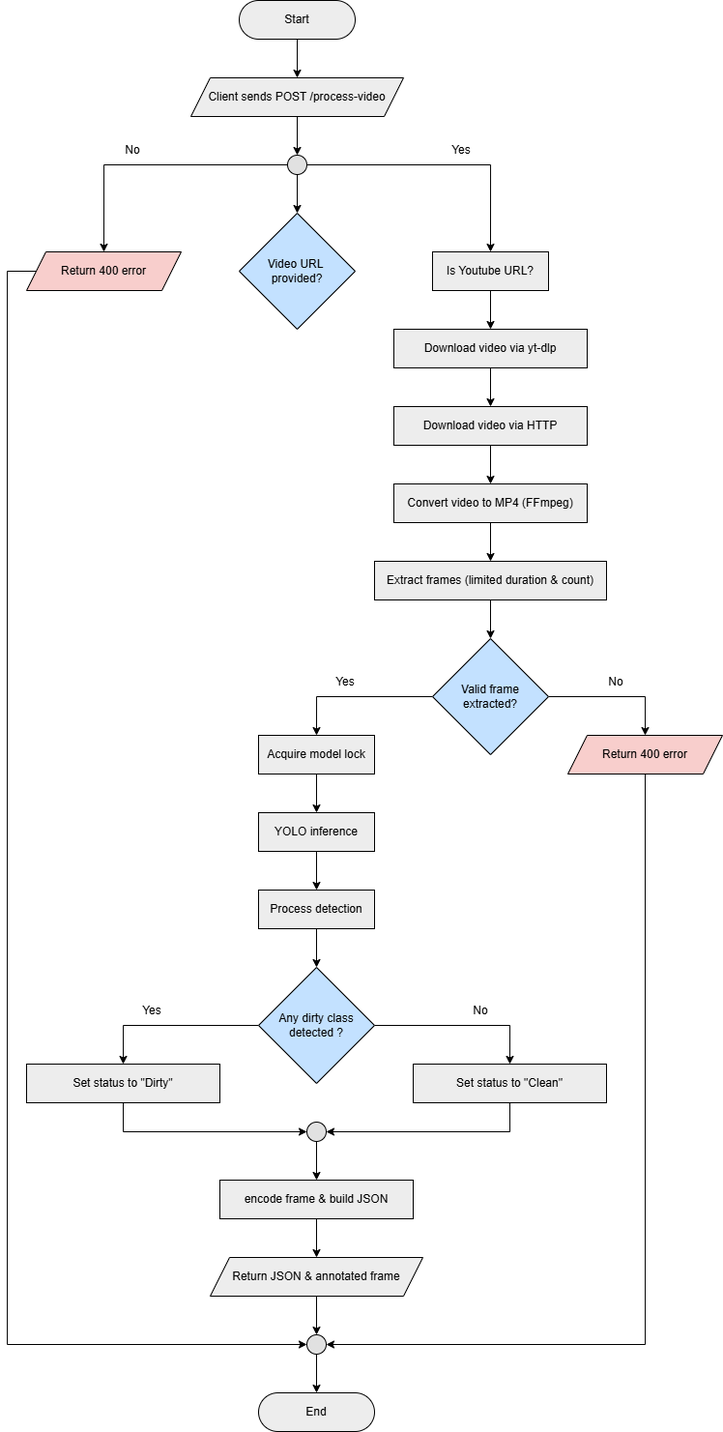
Above: Documentation/cleanliness-nmsai-system-architecture.png in eldisja1/cleanliness-nmsai (draw.io), before the change. Source tidied: cells renumbered, new cells last; positions are measured from the earlier drawing's top-left corner, leaving out a move shared by most shapes.
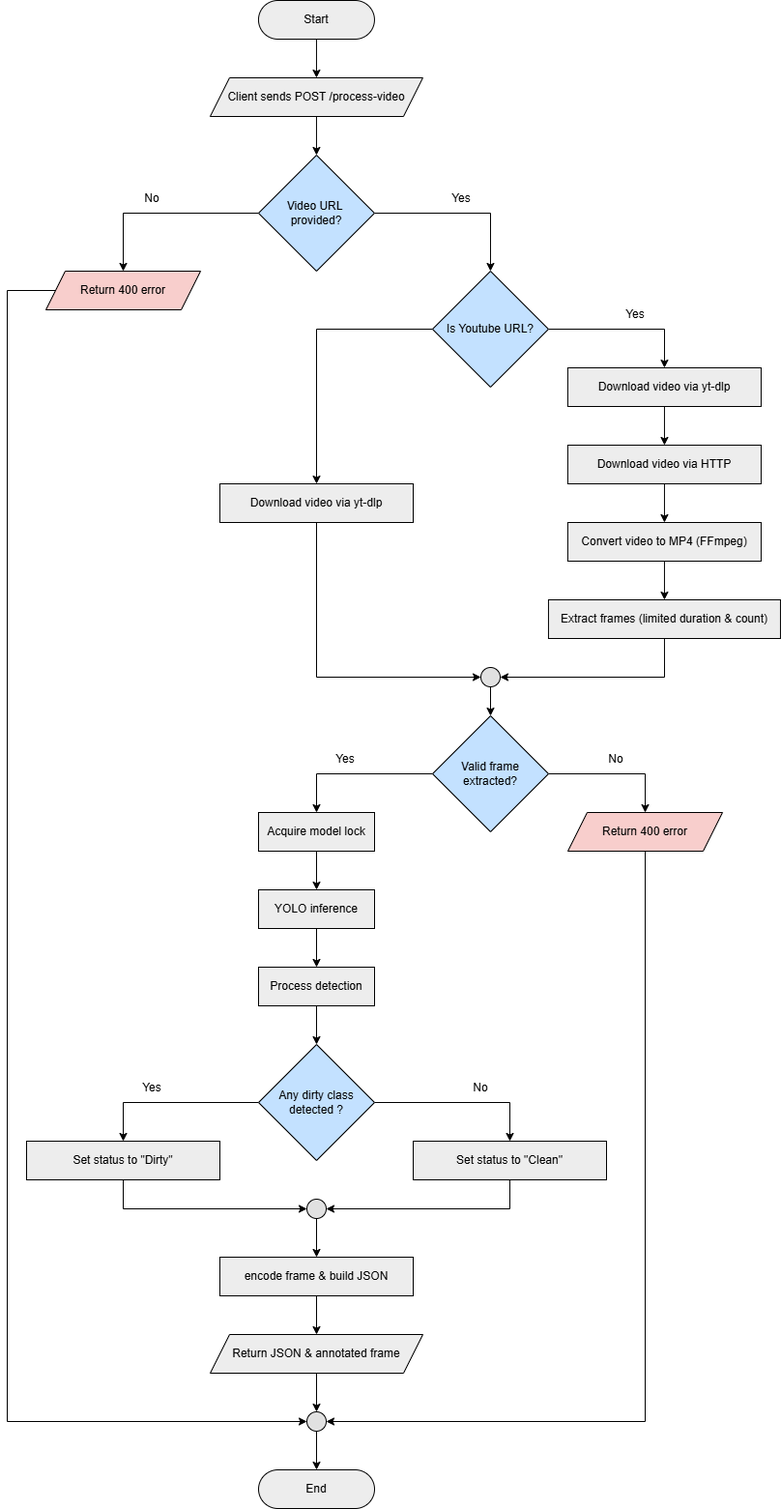
Above is the later version.

Commit message:
docs: refine README description and update architecture diagram

What changed in the source:
```diff
@@ -2,68 +2,56 @@
   <root>
     <mxCell id="0" />
     <mxCell id="1" parent="0" />
-    <mxCell id="2" style="edgeStyle=orthogonalEdgeStyle;rounded=0;jettySize=auto;html=1;exitX=0.5;exitY=1;exitDx=0;exitDy=0;entryX=0.5;entryY=0;entryDx=0;entryDy=0;" parent="1" edge="1" source="3" target="14">
+    <mxCell id="2" style="rounded=0;jettySize=auto;html=1;exitX=0.5;exitY=1;exitDx=0;exitDy=0;entryX=0.5;entryY=0;entryDx=0;entryDy=0;" parent="1" edge="1" source="3" target="14">
       <mxGeometry relative="1" as="geometry" />
     </mxCell>
     <mxCell id="3" value="Start" style="rounded=1;whiteSpace=wrap;html=1;arcSize=50;fillColor=#EDEDED;" parent="1" vertex="1">
-      <mxGeometry x="240" width="120" height="40" as="geometry" />
+      <mxGeometry x="259.9" y="-80" width="120" height="40" as="geometry" />
     </mxCell>
+    <mxCell id="56" style="edgeStyle=orthogonalEdgeStyle;rounded=0;jettySize=auto;html=1;exitX=0;exitY=0.5;exitDx=0;exitDy=0;entryX=0.5;entryY=0;entryDx=0;entryDy=0;" parent="1" edge="1" source="4" target="36">
+      <mxGeometry relative="1" as="geometry" />
+    </mxCell>
+    <mxCell id="57" style="edgeStyle=orthogonalEdgeStyle;rounded=0;jettySize=auto;html=1;exitX=1;exitY=0.5;exitDx=0;exitDy=0;entryX=0.5;entryY=0;entryDx=0;entryDy=0;" parent="1" edge="1" source="4" target="6">
+      <mxGeometry relative="1" as="geometry" />
+    </mxCell>
     <mxCell id="4" value="Video URL&amp;nbsp;&lt;div&gt;provided?&lt;/div&gt;" style="rhombus;whiteSpace=wrap;html=1;fillColor=#C3E1FF;" parent="1" vertex="1">
-      <mxGeometry x="240" y="220" width="120" height="120" as="geometry" />
+      <mxGeometry x="259.9" y="80" width="120" height="120" as="geometry" />
     </mxCell>
-    <mxCell id="5" style="edgeStyle=orthogonalEdgeStyle;rounded=0;jettySize=auto;html=1;exitX=0.5;exitY=1;exitDx=0;exitDy=0;entryX=0.5;entryY=0;entryDx=0;entryDy=0;" parent="1" edge="1" source="6" target="16">
-      <mxGeometry relative="1" as="geometry" />
-    </mxCell>
-    <mxCell id="6" value="Is Youtube URL?" style="rounded=0;whiteSpace=wrap;html=1;fillColor=#EDEDED;" parent="1" vertex="1">
-      <mxGeometry x="440" y="260" width="120" height="40" as="geometry" />
-    </mxCell>
     <mxCell id="7" value="Yes" style="text;html=1;whiteSpace=wrap;strokeColor=none;fillColor=none;align=center;verticalAlign=middle;rounded=0;" parent="1" vertex="1">
-      <mxGeometry x="440" y="140" width="60" height="30" as="geometry" />
+      <mxGeometry x="439.9" y="110" width="60" height="30" as="geometry" />
     </mxCell>
     <mxCell id="8" value="No" style="text;html=1;whiteSpace=wrap;strokeColor=none;fillColor=none;align=center;verticalAlign=middle;rounded=0;" parent="1" vertex="1">
-      <mxGeometry x="100" y="140" width="60" height="30" as="geometry" />
+      <mxGeometry x="119.9" y="110" width="60" height="30" as="geometry" />
     </mxCell>
-    <mxCell id="9" style="edgeStyle=orthogonalEdgeStyle;rounded=0;jettySize=auto;html=1;exitX=0.5;exitY=1;exitDx=0;exitDy=0;" parent="1" edge="1" source="12" target="4">
-      <mxGeometry relative="1" as="geometry" />
-    </mxCell>
-    <mxCell id="10" style="edgeStyle=orthogonalEdgeStyle;rounded=0;jettySize=auto;html=1;exitX=1;exitY=0.5;exitDx=0;exitDy=0;entryX=0.5;entryY=0;entryDx=0;entryDy=0;" parent="1" edge="1" source="12" target="6">
-      <mxGeometry relative="1" as="geometry" />
-    </mxCell>
-    <mxCell id="11" style="edgeStyle=orthogonalEdgeStyle;rounded=0;jettySize=auto;html=1;exitX=0;exitY=0.5;exitDx=0;exitDy=0;entryX=0.5;entryY=0;entryDx=0;entryDy=0;" parent="1" edge="1" source="12" target="36">
-      <mxGeometry relative="1" as="geometry" />
-    </mxCell>
-    <mxCell id="12" style="ellipse;whiteSpace=wrap;html=1;fillColor=#E1E1E1;" parent="1" vertex="1">
-      <mxGeometry x="290" y="160" width="20" height="20" as="geometry" />
-    </mxCell>
-    <mxCell id="13" style="edgeStyle=orthogonalEdgeStyle;rounded=0;jettySize=auto;html=1;exitX=0.5;exitY=1;exitDx=0;exitDy=0;entryX=0.5;entryY=0;entryDx=0;entryDy=0;" parent="1" edge="1" source="14" target="12">
+    <mxCell id="13" style="rounded=0;jettySize=auto;html=1;exitX=0.5;exitY=1;exitDx=0;exitDy=0;entryX=0.5;entryY=0;entryDx=0;entryDy=0;" parent="1" edge="1" source="14" target="4">
       <mxGeometry relative="1" as="geometry" />
     </mxCell>
     <mxCell id="14" value="Client sends POST /process-video" style="shape=parallelogram;perimeter=parallelogramPerimeter;whiteSpace=wrap;html=1;fixedSize=1;fillColor=#EDEDED;" parent="1" vertex="1">
-      <mxGeometry x="190" y="80" width="220" height="40" as="geometry" />
+      <mxGeometry x="209.9" width="220" height="40" as="geometry" />
     </mxCell>
-    <mxCell id="15" style="edgeStyle=orthogonalEdgeStyle;rounded=0;jettySize=auto;html=1;exitX=0.5;exitY=1;exitDx=0;exitDy=0;entryX=0.5;entryY=0;entryDx=0;entryDy=0;" parent="1" edge="1" source="16" target="18">
+    <mxCell id="15" style="rounded=0;jettySize=auto;html=1;exitX=0.5;exitY=1;exitDx=0;exitDy=0;entryX=0.5;entryY=0;entryDx=0;entryDy=0;" parent="1" edge="1" source="16" target="18">
       <mxGeometry relative="1" as="geometry" />
     </mxCell>
     <mxCell id="16" value="Download video via yt-dlp" style="rounded=0;whiteSpace=wrap;html=1;fillColor=#EDEDED;" parent="1" vertex="1">
-      <mxGeometry x="400" y="340" width="200" height="40" as="geometry" />
+      <mxGeometry x="580" y="300" width="200" height="40" as="geometry" />
     </mxCell>
-    <mxCell id="17" style="edgeStyle=orthogonalEdgeStyle;rounded=0;jettySize=auto;html=1;exitX=0.5;exitY=1;exitDx=0;exitDy=0;entryX=0.5;entryY=0;entryDx=0;entryDy=0;" parent="1" edge="1" source="18" target="20">
+    <mxCell id="17" style="rounded=0;jettySize=auto;html=1;exitX=0.5;exitY=1;exitDx=0;exitDy=0;entryX=0.5;entryY=0;entryDx=0;entryDy=0;" parent="1" edge="1" source="18" target="20">
       <mxGeometry relative="1" as="geometry" />
     </mxCell>
     <mxCell id="18" value="Download video via HTTP" style="rounded=0;whiteSpace=wrap;html=1;fillColor=#EDEDED;" parent="1" vertex="1">
-      <mxGeometry x="400" y="420" width="200" height="40" as="geometry" />
+      <mxGeometry x="580" y="380" width="200" height="40" as="geometry" />
     </mxCell>
-    <mxCell id="19" style="edgeStyle=orthogonalEdgeStyle;rounded=0;jettySize=auto;html=1;exitX=0.5;exitY=1;exitDx=0;exitDy=0;entryX=0.5;entryY=0;entryDx=0;entryDy=0;" parent="1" edge="1" source="20" target="22">
+    <mxCell id="19" style="rounded=0;jettySize=auto;html=1;exitX=0.5;exitY=1;exitDx=0;exitDy=0;entryX=0.5;entryY=0;entryDx=0;entryDy=0;" parent="1" edge="1" source="20" target="22">
       <mxGeometry relative="1" as="geometry" />
     </mxCell>
     <mxCell id="20" value="Convert video to MP4 (FFmpeg)" style="rounded=0;whiteSpace=wrap;html=1;fillColor=#EDEDED;" parent="1" vertex="1">
-      <mxGeometry x="400" y="500" width="200" height="40" as="geometry" />
+      <mxGeometry x="580" y="460" width="200" height="40" as="geometry" />
     </mxCell>
-    <mxCell id="21" style="edgeStyle=orthogonalEdgeStyle;rounded=0;jettySize=auto;html=1;exitX=0.5;exitY=1;exitDx=0;exitDy=0;entryX=0.5;entryY=0;entryDx=0;entryDy=0;" parent="1" edge="1" source="22" target="25">
-      <mxGeometry relative="1" as="geometry" />
-    </mxCell>
+    <mxCell id="58" style="edgeStyle=orthogonalEdgeStyle;rounded=0;jettySize=auto;html=1;exitX=0.5;exitY=1;exitDx=0;exitDy=0;entryX=1;entryY=0.5;entryDx=0;entryDy=0;" parent="1" edge="1" source="22" target="64">
+      <mxGeometry relative="1" as="geometry" />
+    </mxCell>
     <mxCell id="22" value="Extract frames (limited duration &amp;amp; count)" style="rounded=0;whiteSpace=wrap;html=1;fillColor=#EDEDED;" parent="1" vertex="1">
-      <mxGeometry x="380" y="580" width="240" height="40" as="geometry" />
+      <mxGeometry x="560" y="540" width="240" height="40" as="geometry" />
     </mxCell>
     <mxCell id="23" style="edgeStyle=orthogonalEdgeStyle;rounded=0;jettySize=auto;html=1;exitX=0;exitY=0.5;exitDx=0;exitDy=0;entryX=0.5;entryY=0;entryDx=0;entryDy=0;" parent="1" edge="1" source="25" target="27">
       <mxGeometry relative="1" as="geometry" />
@@ -74,13 +62,13 @@
     <mxCell id="25" value="Valid frame extracted?" style="rhombus;whiteSpace=wrap;html=1;fillColor=#C3E1FF;" parent="1" vertex="1">
       <mxGeometry x="440" y="660" width="120" height="120" as="geometry" />
     </mxCell>
-    <mxCell id="26" style="edgeStyle=orthogonalEdgeStyle;rounded=0;jettySize=auto;html=1;exitX=0.5;exitY=1;exitDx=0;exitDy=0;entryX=0.5;entryY=0;entryDx=0;entryDy=0;" parent="1" edge="1" source="27" target="29">
+    <mxCell id="26" style="rounded=0;jettySize=auto;html=1;exitX=0.5;exitY=1;exitDx=0;exitDy=0;entryX=0.5;entryY=0;entryDx=0;entryDy=0;" parent="1" edge="1" source="27" target="29">
       <mxGeometry relative="1" as="geometry" />
     </mxCell>
     <mxCell id="27" value="Acquire model lock" style="rounded=0;whiteSpace=wrap;html=1;fillColor=#EDEDED;" parent="1" vertex="1">
       <mxGeometry x="260" y="760" width="120" height="40" as="geometry" />
     </mxCell>
-    <mxCell id="28" style="edgeStyle=orthogonalEdgeStyle;rounded=0;jettySize=auto;html=1;exitX=0.5;exitY=1;exitDx=0;exitDy=0;entryX=0.5;entryY=0;entryDx=0;entryDy=0;" parent="1" edge="1" source="29" target="31">
+    <mxCell id="28" style="rounded=0;jettySize=auto;html=1;exitX=0.5;exitY=1;exitDx=0;exitDy=0;entryX=0.5;entryY=0;entryDx=0;entryDy=0;" parent="1" edge="1" source="29" target="31">
       <mxGeometry relative="1" as="geometry" />
     </mxCell>
     <mxCell id="29" value="YOLO inference&lt;span style=&quot;color: rgba(0, 0, 0, 0); font-family: monospace; font-size: 0px; text-align: start; text-wrap-mode: nowrap;&quot;&gt;%3CmxGraphModel%3E%3Croot%3E%3CmxCell%20id%3D%220%22%2F%3E%3CmxCell%20id%3D%221%22%20parent%3D%220%22%2F%3E%3CmxCell%20id%3D%222%22%20parent%3D%221%22%20style%3D%22rounded%3D0%3BwhiteSpace%3Dwrap%3Bhtml%3D1%3BfillColor%3D%23EDEDED%3B%22%20value%3D%22Acquire%20Model%20Lock%22%20vertex%3D%221%22%3E%3CmxGeometry%20height%3D%2240%22%20width%3D%22120%22%20x%3D%22640%22%20y%3D%22780%22%20as%3D%22geometry%22%2F%3E%3C%2FmxCell%3E%3C%2Froot%3E%3C%2FmxGraphModel%3E&lt;/span&gt;" style="rounded=0;whiteSpace=wrap;html=1;fillColor=#EDEDED;" parent="1" vertex="1">
@@ -104,13 +92,13 @@
     <mxCell id="35" style="edgeStyle=orthogonalEdgeStyle;rounded=0;jettySize=auto;html=1;exitX=0;exitY=0.5;exitDx=0;exitDy=0;entryX=0;entryY=0.5;entryDx=0;entryDy=0;" parent="1" edge="1" source="36" target="54">
       <mxGeometry relative="1" as="geometry">
         <Array as="points">
-          <mxPoint y="280" />
+          <mxPoint y="220" />
           <mxPoint y="1390" />
         </Array>
       </mxGeometry>
     </mxCell>
     <mxCell id="36" value="Return 400 error" style="shape=parallelogram;perimeter=parallelogramPerimeter;whiteSpace=wrap;html=1;fixedSize=1;fillColor=#F8CECC;" parent="1" vertex="1">
-      <mxGeometry x="20" y="260" width="160" height="40" as="geometry" />
+      <mxGeometry x="40" y="200" width="160" height="40" as="geometry" />
     </mxCell>
     <mxCell id="37" style="edgeStyle=orthogonalEdgeStyle;rounded=0;jettySize=auto;html=1;exitX=0.5;exitY=1;exitDx=0;exitDy=0;entryX=1;entryY=0.5;entryDx=0;entryDy=0;" parent="1" edge="1" source="38" target="50">
       <mxGeometry relative="1" as="geometry" />
@@ -142,25 +130,25 @@
     <mxCell id="46" value="Yes" style="text;html=1;whiteSpace=wrap;strokeColor=none;fillColor=none;align=center;verticalAlign=middle;rounded=0;" parent="1" vertex="1">
       <mxGeometry x="120" y="1030" width="60" height="30" as="geometry" />
     </mxCell>
-    <mxCell id="47" style="edgeStyle=orthogonalEdgeStyle;rounded=0;jettySize=auto;html=1;exitX=0.5;exitY=1;exitDx=0;exitDy=0;entryX=0.5;entryY=0;entryDx=0;entryDy=0;" parent="1" edge="1" source="48" target="52">
+    <mxCell id="47" style="rounded=0;jettySize=auto;html=1;exitX=0.5;exitY=1;exitDx=0;exitDy=0;entryX=0.5;entryY=0;entryDx=0;entryDy=0;" parent="1" edge="1" source="48" target="52">
       <mxGeometry relative="1" as="geometry" />
     </mxCell>
     <mxCell id="48" value="encode frame &amp;amp; build JSON" style="rounded=0;whiteSpace=wrap;html=1;fillColor=#EDEDED;" parent="1" vertex="1">
       <mxGeometry x="220" y="1220" width="200" height="40" as="geometry" />
     </mxCell>
-    <mxCell id="49" style="edgeStyle=orthogonalEdgeStyle;rounded=0;jettySize=auto;html=1;exitX=0.5;exitY=1;exitDx=0;exitDy=0;" parent="1" edge="1" source="50" target="48">
+    <mxCell id="49" style="rounded=0;jettySize=auto;html=1;exitX=0.5;exitY=1;exitDx=0;exitDy=0;" parent="1" edge="1" source="50" target="48">
       <mxGeometry relative="1" as="geometry" />
     </mxCell>
     <mxCell id="50" style="ellipse;whiteSpace=wrap;html=1;fillColor=#E1E1E1;" parent="1" vertex="1">
       <mxGeometry x="310" y="1160" width="20" height="20" as="geometry" />
     </mxCell>
-    <mxCell id="51" style="edgeStyle=orthogonalEdgeStyle;rounded=0;jettySize=auto;html=1;exitX=0.5;exitY=1;exitDx=0;exitDy=0;entryX=0.5;entryY=0;entryDx=0;entryDy=0;" parent="1" edge="1" source="52" target="54">
+    <mxCell id="51" style="rounded=0;jettySize=auto;html=1;exitX=0.5;exitY=1;exitDx=0;exitDy=0;entryX=0.5;entryY=0;entryDx=0;entryDy=0;" parent="1" edge="1" source="52" target="54">
       <mxGeometry relative="1" as="geometry" />
     </mxCell>
     <mxCell id="52" value="Return JSON &amp;amp; annotated frame" style="shape=parallelogram;perimeter=parallelogramPerimeter;whiteSpace=wrap;html=1;fixedSize=1;fillColor=#EDEDED;" parent="1" vertex="1">
       <mxGeometry x="210" y="1300" width="220" height="40" as="geometry" />
     </mxCell>
-    <mxCell id="53" style="edgeStyle=orthogonalEdgeStyle;rounded=0;jettySize=auto;html=1;exitX=0.5;exitY=1;exitDx=0;exitDy=0;entryX=0.5;entryY=0;entryDx=0;entryDy=0;" parent="1" edge="1" source="54" target="55">
+    <mxCell id="53" style="rounded=0;jettySize=auto;html=1;exitX=0.5;exitY=1;exitDx=0;exitDy=0;entryX=0.5;entryY=0;entryDx=0;entryDy=0;" parent="1" edge="1" source="54" target="55">
       <mxGeometry relative="1" as="geometry" />
     </mxCell>
     <mxCell id="54" style="ellipse;whiteSpace=wrap;html=1;fillColor=#E1E1E1;" parent="1" vertex="1">
@@ -169,5 +157,29 @@
     <mxCell id="55" value="End" style="rounded=1;whiteSpace=wrap;html=1;arcSize=50;fillColor=#EDEDED;" parent="1" vertex="1">
       <mxGeometry x="260" y="1440" width="120" height="40" as="geometry" />
     </mxCell>
+    <mxCell id="5" style="edgeStyle=orthogonalEdgeStyle;rounded=0;jettySize=auto;html=1;exitX=1;exitY=0.5;exitDx=0;exitDy=0;entryX=0.5;entryY=0;entryDx=0;entryDy=0;" parent="1" edge="1" source="6" target="16">
+      <mxGeometry relative="1" as="geometry" />
+    </mxCell>
+    <mxCell id="59" style="edgeStyle=orthogonalEdgeStyle;rounded=0;jettySize=auto;html=1;exitX=0;exitY=0.5;exitDx=0;exitDy=0;entryX=0.5;entryY=0;entryDx=0;entryDy=0;" parent="1" edge="1" source="6" target="62">
+      <mxGeometry relative="1" as="geometry" />
+    </mxCell>
+    <mxCell id="6" value="Is Youtube URL?" style="rhombus;whiteSpace=wrap;html=1;fillColor=#C3E1FF;" parent="1" vertex="1">
+      <mxGeometry x="439.9" y="200" width="120" height="120" as="geometry" />
+    </mxCell>
+    <mxCell id="60" value="Yes" style="text;html=1;whiteSpace=wrap;strokeColor=none;fillColor=none;align=center;verticalAlign=middle;rounded=0;" parent="1" vertex="1">
+      <mxGeometry x="620" y="230" width="60" height="30" as="geometry" />
+    </mxCell>
+    <mxCell id="61" style="edgeStyle=orthogonalEdgeStyle;rounded=0;jettySize=auto;html=1;exitX=0.5;exitY=1;exitDx=0;exitDy=0;entryX=0;entryY=0.5;entryDx=0;entryDy=0;" parent="1" edge="1" source="62" target="64">
+      <mxGeometry relative="1" as="geometry" />
+    </mxCell>
+    <mxCell id="62" value="Download video via yt-dlp" style="rounded=0;whiteSpace=wrap;html=1;fillColor=#EDEDED;" parent="1" vertex="1">
+      <mxGeometry x="220" y="420" width="200" height="40" as="geometry" />
+    </mxCell>
+    <mxCell id="63" style="rounded=0;jettySize=auto;html=1;exitX=0.5;exitY=1;exitDx=0;exitDy=0;entryX=0.5;entryY=0;entryDx=0;entryDy=0;" parent="1" edge="1" source="64" target="25">
+      <mxGeometry relative="1" as="geometry" />
+    </mxCell>
+    <mxCell id="64" style="ellipse;whiteSpace=wrap;html=1;fillColor=#E1E1E1;" parent="1" vertex="1">
+      <mxGeometry x="490" y="610" width="20" height="20" as="geometry" />
+    </mxCell>
   </root>
 </mxGraphModel>
```
